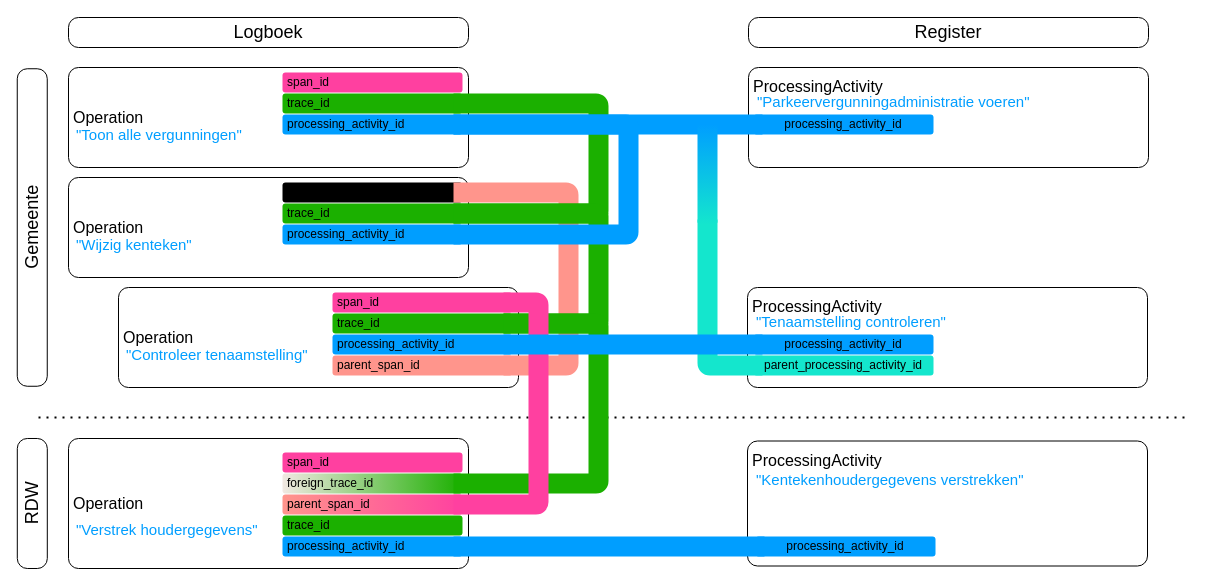
The draw.io diagram page "Totaal-voorbeeld" (1 of 15) of media/LogboekDataVerwerking.drawio in Logius-standaarden/logboek-dataverwerkingen-inleiding, before the edit. Source tidied: cells renumbered, new cells numbered last; positions are measured from the earlier drawing's top-left corner, leaving out a move shared by most shapes. Both pictures are drawn from the tidied source at 100%, with x=0, y=0 at pixel (-127, 17).
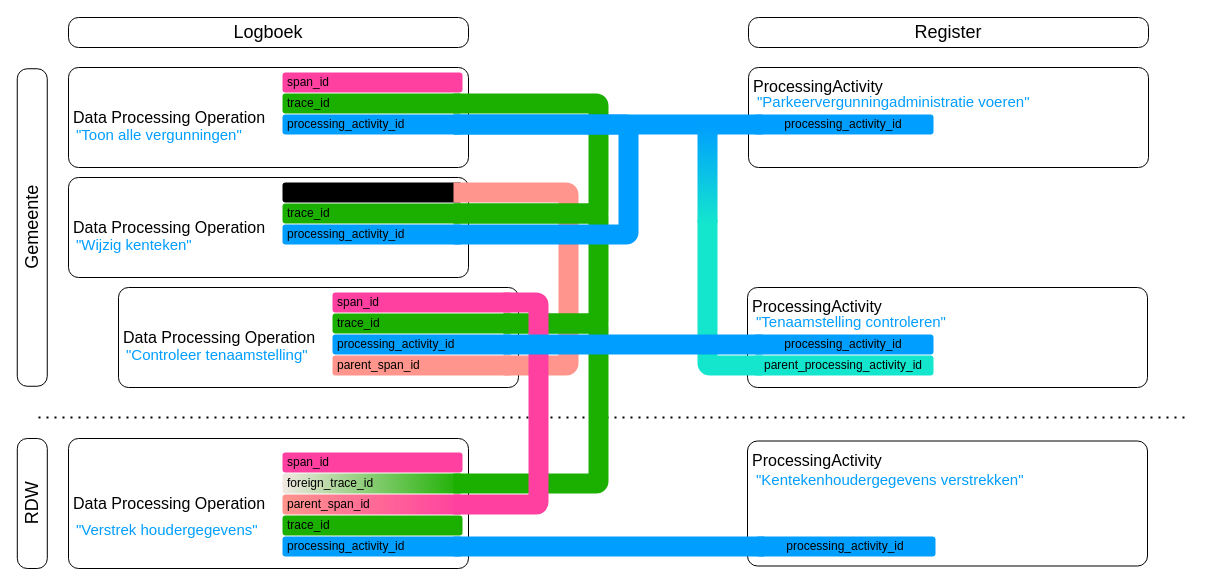
The same page after the edit.

The edit, as a diff of the source:
```diff
@@
-    <mxCell id="2" value="Operation" style="rounded=1;whiteSpace=wrap;html=1;align=left;fontSize=16;spacing=5;absoluteArcSize=1;fillColor=none;" parent="1" vertex="1">
+    <mxCell id="2" value="Data Processing Operation" style="rounded=1;whiteSpace=wrap;html=1;align=left;fontSize=16;spacing=5;absoluteArcSize=1;fillColor=none;" parent="1" vertex="1">
       <mxGeometry x="195" y="50" width="400" height="100" as="geometry" />
     </mxCell>
@@
-    <mxCell id="6" value="Operation" style="rounded=1;whiteSpace=wrap;html=1;align=left;fontSize=16;spacing=5;absoluteArcSize=1;fillColor=none;" parent="1" vertex="1">
+    <mxCell id="6" value="Data Processing Operation" style="rounded=1;whiteSpace=wrap;html=1;align=left;fontSize=16;spacing=5;absoluteArcSize=1;fillColor=none;" parent="1" vertex="1">
       <mxGeometry x="195" y="160" width="400" height="100" as="geometry" />
     </mxCell>
@@
-    <mxCell id="12" value="Operation" style="rounded=1;whiteSpace=wrap;html=1;align=left;fontSize=16;spacing=5;absoluteArcSize=1;fillColor=none;" parent="1" vertex="1">
+    <mxCell id="12" value="Data Processing Operation" style="rounded=1;whiteSpace=wrap;html=1;align=left;fontSize=16;spacing=5;absoluteArcSize=1;fillColor=none;" parent="1" vertex="1">
       <mxGeometry x="245" y="270" width="400" height="100" as="geometry" />
     </mxCell>
@@
-    <mxCell id="17" value="Operation" style="rounded=1;whiteSpace=wrap;html=1;align=left;fontSize=16;spacing=5;absoluteArcSize=1;fillColor=none;" parent="1" vertex="1">
+    <mxCell id="17" value="Data Processing Operation" style="rounded=1;whiteSpace=wrap;html=1;align=left;fontSize=16;spacing=5;absoluteArcSize=1;fillColor=none;" parent="1" vertex="1">
       <mxGeometry x="195" y="421" width="400" height="130" as="geometry" />
     </mxCell>
```
